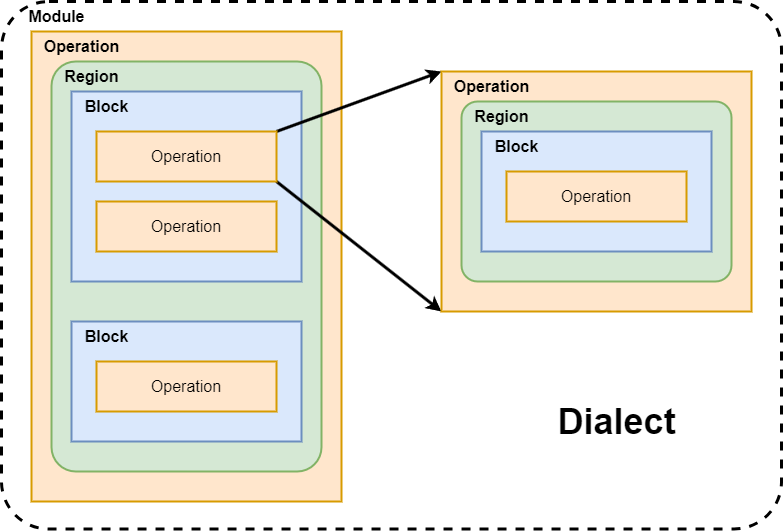
The draw.io diagram AI_System/MLIR/Dialect结构.drawio.png in superwjfeng/MarkdownWriting, before a commit. Source tidied: cells renumbered, new cells last; positions are measured from the earlier drawing's top-left corner, leaving out a move shared by most shapes.
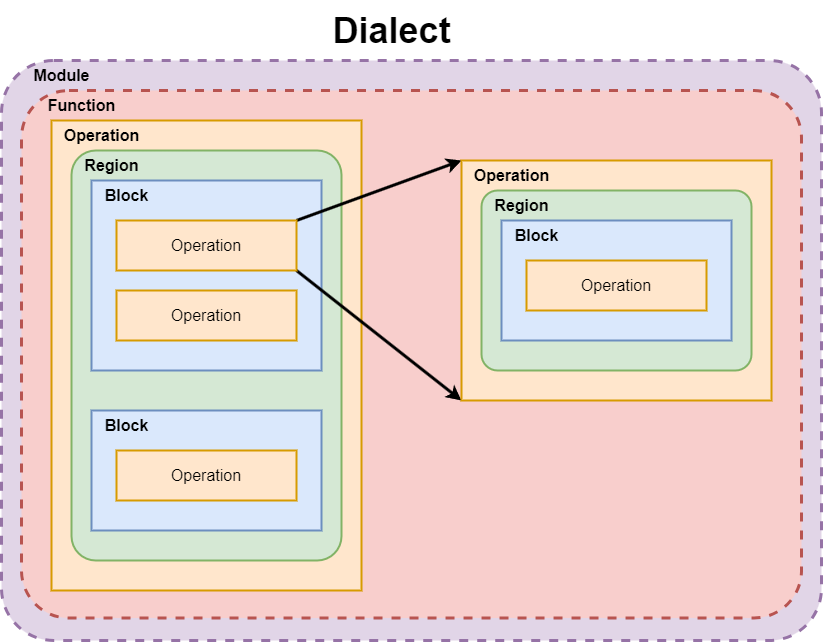
After the commit.

What changed in the source:
```diff
@@ -2,7 +2,10 @@
   <root>
     <mxCell id="0" />
     <mxCell id="1" parent="0" />
+    <mxCell id="25" style="rounded=1;whiteSpace=wrap;html=1;fillColor=#e1d5e7;dashed=1;strokeWidth=3;arcSize=9;strokeColor=#9673a6;" parent="1" vertex="1">
+      <mxGeometry x="-20" y="-30" width="820" height="580" as="geometry" />
+    </mxCell>
-    <mxCell id="2" style="rounded=1;whiteSpace=wrap;html=1;fillColor=none;dashed=1;strokeWidth=3;arcSize=9;" parent="1" vertex="1">
+    <mxCell id="2" style="rounded=1;whiteSpace=wrap;html=1;fillColor=#f8cecc;dashed=1;strokeWidth=3;arcSize=9;strokeColor=#b85450;" parent="1" vertex="1">
       <mxGeometry width="780" height="527.5" as="geometry" />
     </mxCell>
     <mxCell id="3" style="rounded=0;whiteSpace=wrap;html=1;fillColor=#ffe6cc;strokeColor=#d79b00;strokeWidth=2;" parent="1" vertex="1">
@@ -66,10 +69,13 @@
       <mxGeometry x="505" y="170" width="180" height="50" as="geometry" />
     </mxCell>
     <mxCell id="23" value="&lt;font style=&quot;font-size: 36px;&quot;&gt;&lt;b&gt;Dialect&lt;/b&gt;&lt;/font&gt;" style="text;html=1;align=center;verticalAlign=middle;strokeColor=none;fillColor=none;" parent="1" vertex="1">
-      <mxGeometry x="545" y="390" width="140" height="60" as="geometry" />
+      <mxGeometry x="300" y="-90" width="140" height="60" as="geometry" />
     </mxCell>
-    <mxCell id="24" value="&lt;font style=&quot;font-size: 16px;&quot;&gt;&lt;b&gt;Module&lt;/b&gt;&lt;/font&gt;" style="text;html=1;align=center;verticalAlign=middle;strokeColor=none;fillColor=none;" parent="1" vertex="1">
-      <mxGeometry x="15" width="80" height="30" as="geometry" />
+    <mxCell id="24" value="&lt;font style=&quot;font-size: 16px;&quot;&gt;&lt;b&gt;Function&lt;/b&gt;&lt;/font&gt;" style="text;html=1;align=center;verticalAlign=middle;strokeColor=none;fillColor=none;" parent="1" vertex="1">
+      <mxGeometry x="15" width="90" height="30" as="geometry" />
     </mxCell>
+    <mxCell id="26" value="&lt;font style=&quot;font-size: 16px;&quot;&gt;&lt;b&gt;Module&lt;/b&gt;&lt;/font&gt;" style="text;html=1;align=center;verticalAlign=middle;strokeColor=none;fillColor=none;" parent="1" vertex="1">
+      <mxGeometry y="-30" width="80" height="30" as="geometry" />
+    </mxCell>
   </root>
 </mxGraphModel>
```
